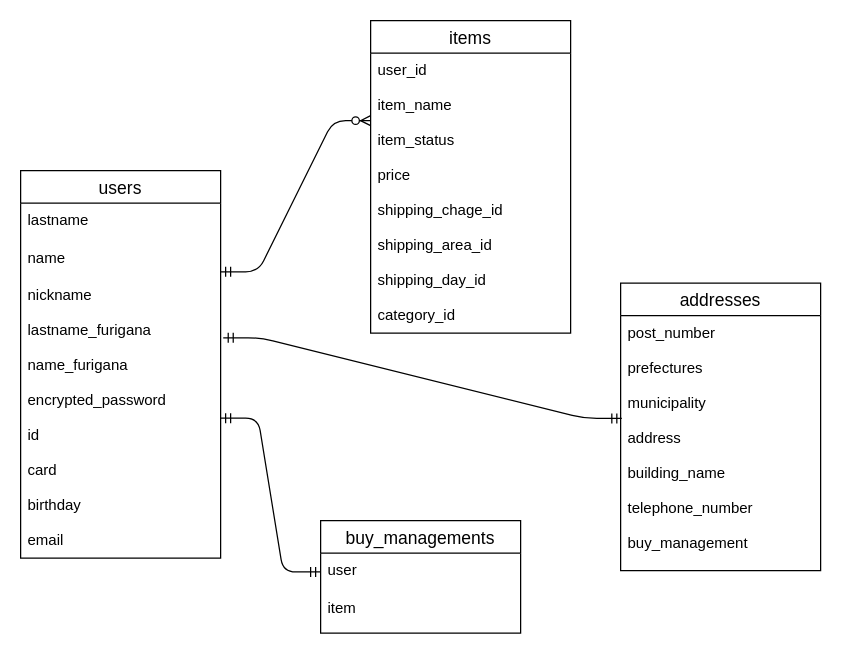
Earlier version of the draw.io diagram test.dio (Hiroyuki0083/furima-32367). Source tidied: cells renumbered, new cells numbered last; positions are measured from the earlier drawing's top-left corner, leaving out a move shared by most shapes. Both pictures are drawn from the tidied source at 125%, with x=0, y=0 at pixel (20, 20).
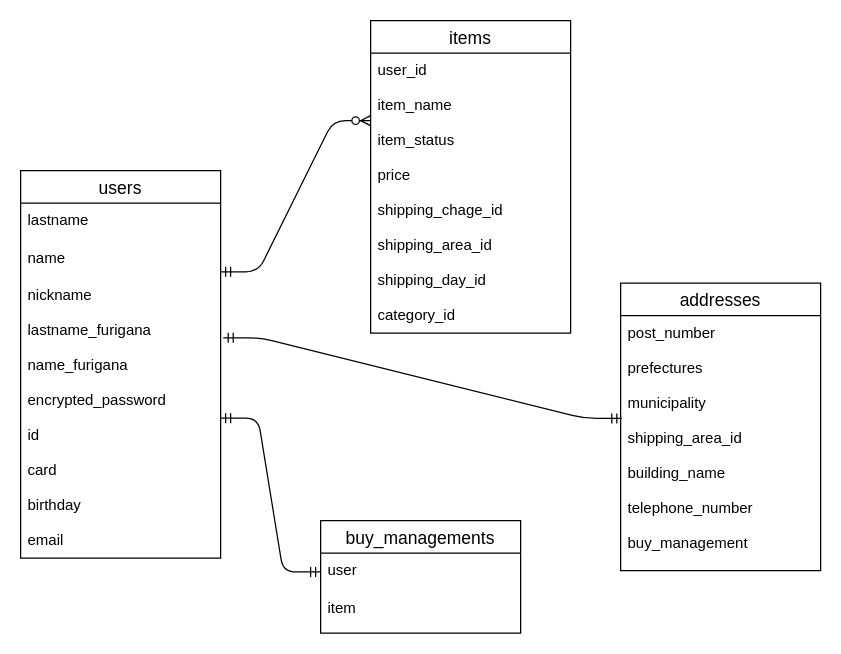
The same page after the edit.

The edit, as a diff of the source:
```diff
@@
 <mxGraphModel>
   <root>
     <mxCell id="0" />
     <mxCell id="1" parent="0" />
     <mxCell id="2" value="users" style="swimlane;fontStyle=0;horizontal=1;startSize=26;align=center;fontSize=14;" parent="1" vertex="1">
       <mxGeometry y="120" width="160" height="310" as="geometry" />
     </mxCell>
     <mxCell id="3" value="lastname" style="text;strokeColor=none;fillColor=none;spacingLeft=4;spacingRight=4;overflow=hidden;fontSize=12;" parent="2" vertex="1">
       <mxGeometry y="26" width="160" height="30" as="geometry" />
     </mxCell>
     <mxCell id="4" value="name" style="text;strokeColor=none;fillColor=none;spacingLeft=4;spacingRight=4;overflow=hidden;points=[[0,0.5],[1,0.5]];portConstraint=eastwest;fontSize=12;" parent="2" vertex="1">
       <mxGeometry y="56" width="160" height="30" as="geometry" />
     </mxCell>
     <mxCell id="5" value="nickname&#10;&#10;lastname_furigana&#10;&#10;name_furigana&#10;&#10;encrypted_password&#10;&#10;id&#10;&#10;card&#10;&#10;birthday&#10;&#10;email" style="text;strokeColor=none;fillColor=none;spacingLeft=4;spacingRight=4;overflow=hidden;points=[[0,0.5],[1,0.5]];portConstraint=eastwest;fontSize=12;" parent="2" vertex="1">
       <mxGeometry y="86" width="160" height="224" as="geometry" />
     </mxCell>
     <mxCell id="6" value="buy_managements" style="swimlane;fontStyle=0;horizontal=1;startSize=26;align=center;fontSize=14;" parent="1" vertex="1">
       <mxGeometry x="240" y="400" width="160" height="90" as="geometry" />
     </mxCell>
     <mxCell id="7" value="user" style="text;strokeColor=none;fillColor=none;spacingLeft=4;spacingRight=4;overflow=hidden;points=[[0,0.5],[1,0.5]];portConstraint=eastwest;fontSize=12;" parent="6" vertex="1">
       <mxGeometry y="26" width="160" height="30" as="geometry" />
     </mxCell>
     <mxCell id="8" value="item" style="text;strokeColor=none;fillColor=none;spacingLeft=4;spacingRight=4;overflow=hidden;fontSize=12;" parent="6" vertex="1">
       <mxGeometry y="56" width="160" height="34" as="geometry" />
     </mxCell>
     <mxCell id="9" value="items" style="swimlane;fontStyle=0;horizontal=1;startSize=26;align=center;fontSize=14;" parent="1" vertex="1">
       <mxGeometry x="280" width="160" height="250" as="geometry" />
     </mxCell>
     <mxCell id="10" value="user_id&#10;&#10;item_name&#10;&#10;item_status&#10;&#10;price&#10;&#10;shipping_chage_id&#10;&#10;shipping_area_id&#10;&#10;shipping_day_id&#10;&#10;category_id" style="text;strokeColor=none;fillColor=none;spacingLeft=4;spacingRight=4;overflow=hidden;fontSize=12;" parent="9" vertex="1">
       <mxGeometry y="26" width="160" height="224" as="geometry" />
     </mxCell>
     <mxCell id="11" style="edgeStyle=entityRelationEdgeStyle;fontSize=12;html=1;endArrow=ERzeroToMany;startArrow=ERmandOne;exitX=1;exitY=0.833;exitDx=0;exitDy=0;exitPerimeter=0;" parent="1" edge="1" source="4">
       <mxGeometry relative="1" as="geometry">
         <mxPoint x="280" y="80" as="targetPoint" />
       </mxGeometry>
     </mxCell>
     <mxCell id="12" style="edgeStyle=entityRelationEdgeStyle;fontSize=12;html=1;endArrow=ERmandOne;startArrow=ERmandOne;entryX=0;entryY=0.5;entryDx=0;entryDy=0;" parent="1" edge="1" source="5" target="7">
       <mxGeometry relative="1" as="geometry" />
     </mxCell>
     <mxCell id="13" value="addresses" style="swimlane;fontStyle=0;horizontal=1;startSize=26;align=center;fontSize=14;" parent="1" vertex="1">
       <mxGeometry x="480" y="210" width="160" height="230" as="geometry" />
     </mxCell>
-    <mxCell id="14" value="post_number&#10;&#10;prefectures&#10;&#10;municipality&#10;&#10;address&#10;&#10;building_name&#10;&#10;telephone_number&#10;&#10;buy_management" style="text;strokeColor=none;fillColor=none;spacingLeft=4;spacingRight=4;overflow=hidden;points=[[0,0.5],[1,0.5]];portConstraint=eastwest;fontSize=12;" parent="13" vertex="1">
+    <mxCell id="14" value="post_number&#10;&#10;prefectures&#10;&#10;municipality&#10;&#10;shipping_area_id&#10;&#10;building_name&#10;&#10;telephone_number&#10;&#10;buy_management" style="text;strokeColor=none;fillColor=none;spacingLeft=4;spacingRight=4;overflow=hidden;points=[[0,0.5],[1,0.5]];portConstraint=eastwest;fontSize=12;" parent="13" vertex="1">
       <mxGeometry y="26" width="160" height="204" as="geometry" />
     </mxCell>
     <mxCell id="15" style="edgeStyle=entityRelationEdgeStyle;fontSize=12;html=1;endArrow=ERmandOne;startArrow=ERmandOne;entryX=0.006;entryY=0.403;entryDx=0;entryDy=0;entryPerimeter=0;exitX=1.013;exitY=0.213;exitDx=0;exitDy=0;exitPerimeter=0;" parent="1" edge="1" source="5" target="14">
       <mxGeometry relative="1" as="geometry" />
     </mxCell>
   </root>
 </mxGraphModel>
```
